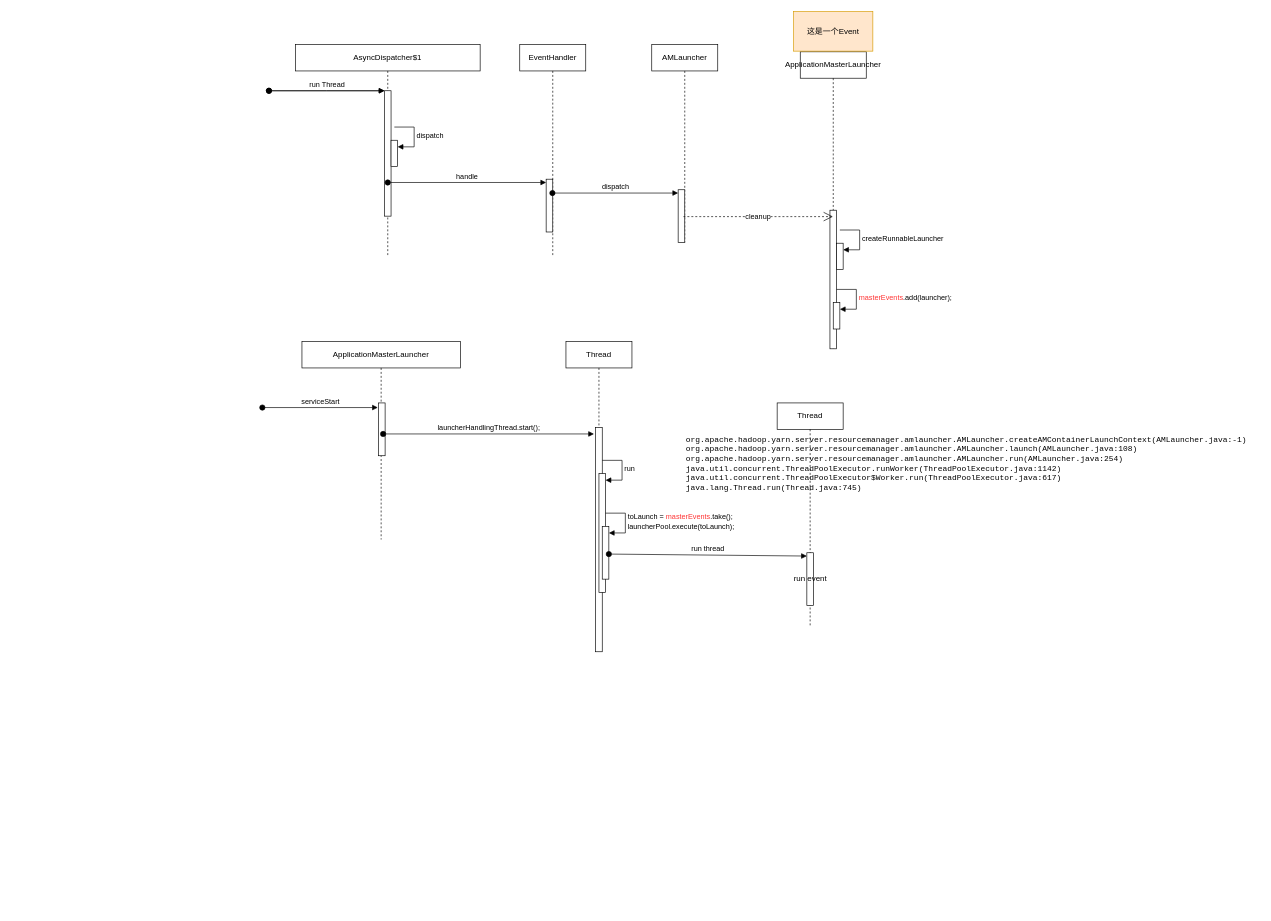
The draw.io diagram hadoop-yarn.drawio in 1561316811/Temp, before the edit. Source tidied: cells renumbered, new cells numbered last; positions are measured from the earlier drawing's top-left corner, leaving out a move shared by most shapes. Both pictures are drawn from the tidied source at 66%, with x=0, y=0 at pixel (262, 11).
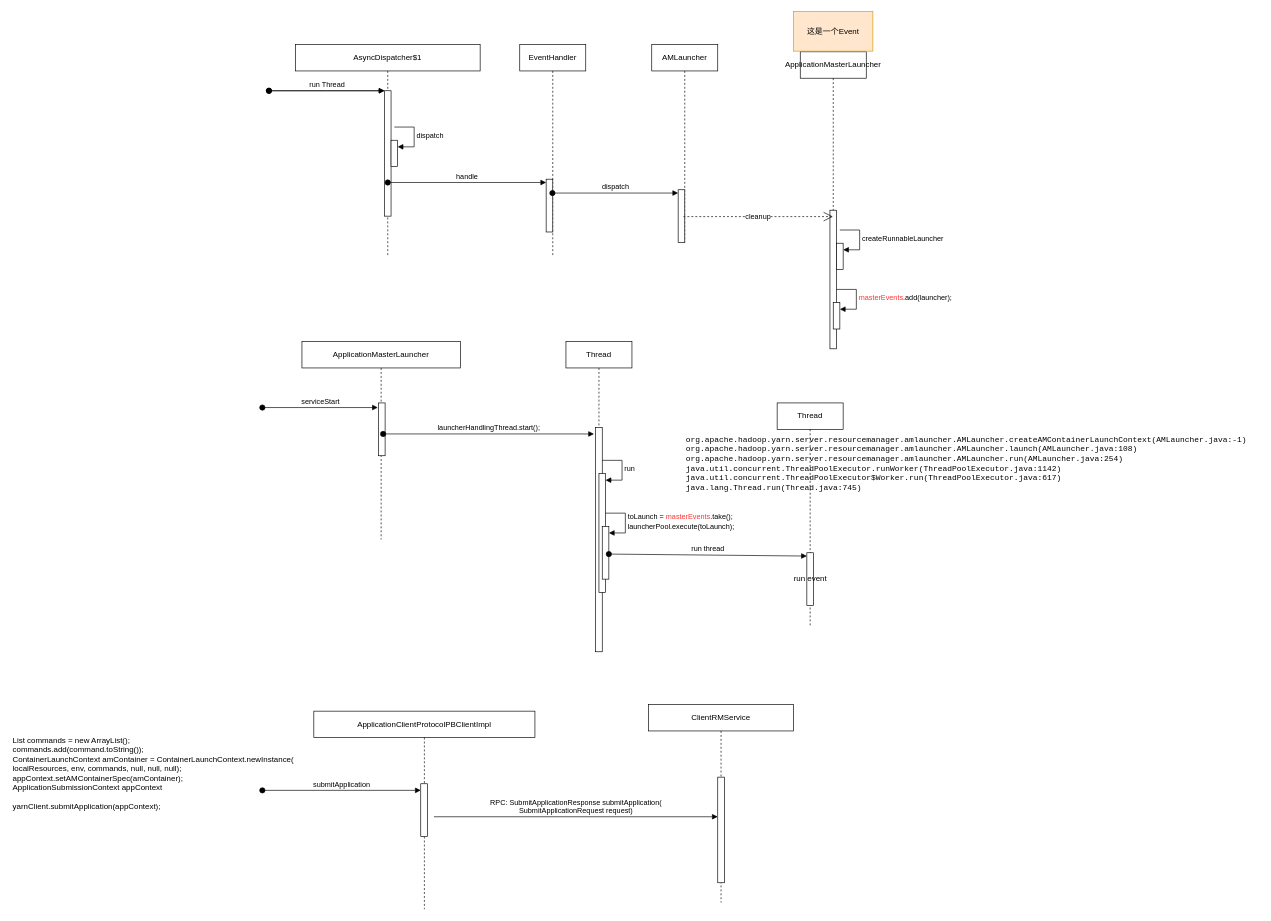
Above is the later version.

Diff of the diagram source:
```diff
@@
+    <mxCell id="36" value="ClientRMService" style="shape=umlLifeline;whiteSpace=wrap;html=1;newEdgeStyle={&quot;curved&quot;:0,&quot;rounded&quot;:0};perimeter=rectanglePerimeter;targetShapes=umlLifeline;participant=label;" parent="1" vertex="1">
+      <mxGeometry x="585" y="1050" width="220" height="300" as="geometry" />
+    </mxCell>
+    <mxCell id="37" style="html=1;points=[[0,0,0,0,5],[0,1,0,0,-5],[1,0,0,0,5],[1,1,0,0,-5]];perimeter=orthogonalPerimeter;outlineConnect=0;targetShapes=umlLifeline;portConstraint=eastwest;newEdgeStyle={&quot;curved&quot;:0,&quot;rounded&quot;:0};" parent="36" vertex="1">
+      <mxGeometry x="105" y="110" width="10" height="160" as="geometry" />
+    </mxCell>
+    <mxCell id="38" value="ApplicationClientProtocolPBClientImpl" style="shape=umlLifeline;perimeter=lifelinePerimeter;whiteSpace=wrap;html=1;newEdgeStyle={&quot;curved&quot;:0,&quot;rounded&quot;:0};" parent="1" vertex="1">
+      <mxGeometry x="78" y="1060" width="335" height="300" as="geometry" />
+    </mxCell>
+    <mxCell id="39" style="html=1;perimeter=orthogonalPerimeter;targetShapes=umlLifeline;newEdgeStyle={&quot;curved&quot;:0,&quot;rounded&quot;:0};" parent="38" vertex="1">
+      <mxGeometry x="162" y="110" width="10" height="80" as="geometry" />
+    </mxCell>
+    <mxCell id="40" value="submitApplication" style="html=1;verticalAlign=bottom;startArrow=oval;startFill=1;endArrow=block;startSize=8;curved=0;rounded=0;" parent="1" edge="1">
+      <mxGeometry relative="1" as="geometry">
+        <mxPoint y="1180" as="sourcePoint" />
+        <mxPoint x="240" y="1180" as="targetPoint" />
+      </mxGeometry>
+    </mxCell>
+    <mxCell id="41" value="RPC: SubmitApplicationResponse submitApplication(&#10;    SubmitApplicationRequest request)" style="html=1;verticalAlign=bottom;endArrow=block;curved=0;rounded=0;" parent="1" edge="1" target="37">
+      <mxGeometry relative="1" as="geometry">
+        <mxPoint x="260" y="1220" as="sourcePoint" />
+      </mxGeometry>
+    </mxCell>
+    <mxCell id="42" value="List commands = new ArrayList();&#10;commands.add(command.toString());&#10; ContainerLaunchContext amContainer = ContainerLaunchContext.newInstance(&#10;  localResources, env, commands, null, null, null);&#10;appContext.setAMContainerSpec(amContainer);&#10;ApplicationSubmissionContext appContext&#10;&#10;yarnClient.submitApplication(appContext);" style="text;whiteSpace=wrap;html=1;" parent="1" vertex="1">
+      <mxGeometry x="-380" y="1090" width="530" height="140" as="geometry" />
+    </mxCell>
```
